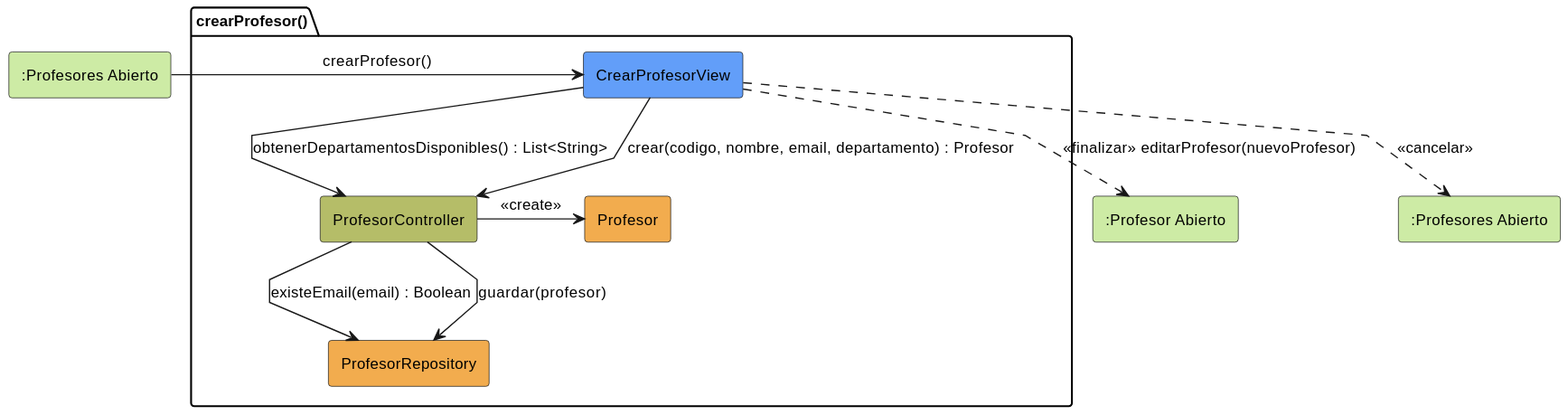
Earlier version of the PlantUML export images/01-analisis/casos-uso/crearProfesor/crearProfesor-analisis.svg (carlos-alvarado-25/25-26-idsw2-sdVC). Source of this version:
```plantuml
@startuml
skinparam backgroundColor white
skinparam shadowing false
skinparam DefaultFontColor black
skinparam DefaultFontSize 12
skinparam linetype polyline

rectangle #CDEBA5 ":Profesores Abierto" as ProfesoresAbierto

package crearProfesor as "crearProfesor()" {
    rectangle #629EF9 CrearProfesorView
    rectangle #b5bd68 ProfesorController
    rectangle #F2AC4E ProfesorRepository
    rectangle #F2AC4E Profesor
}

rectangle #CDEBA5 ":Profesor Abierto" as ProfesorAbierto
rectangle #CDEBA5 ":Profesores Abierto" as ProfesoresAbiertoSalida

ProfesoresAbierto -r-> CrearProfesorView: crearProfesor()

CrearProfesorView -d-> ProfesorController: obtenerDepartamentosDisponibles() : List<String>

CrearProfesorView -d-> ProfesorController: crear(codigo, nombre, email, departamento) : Profesor

ProfesorController -d-> ProfesorRepository: existeEmail(email) : Boolean
ProfesorController -r-> Profesor: <<create>>
ProfesorController -d-> ProfesorRepository: guardar(profesor)

CrearProfesorView ..> ProfesorAbierto: <<finalizar>> editarProfesor(nuevoProfesor)
CrearProfesorView ..> ProfesoresAbiertoSalida: <<cancelar>>
@enduml
```
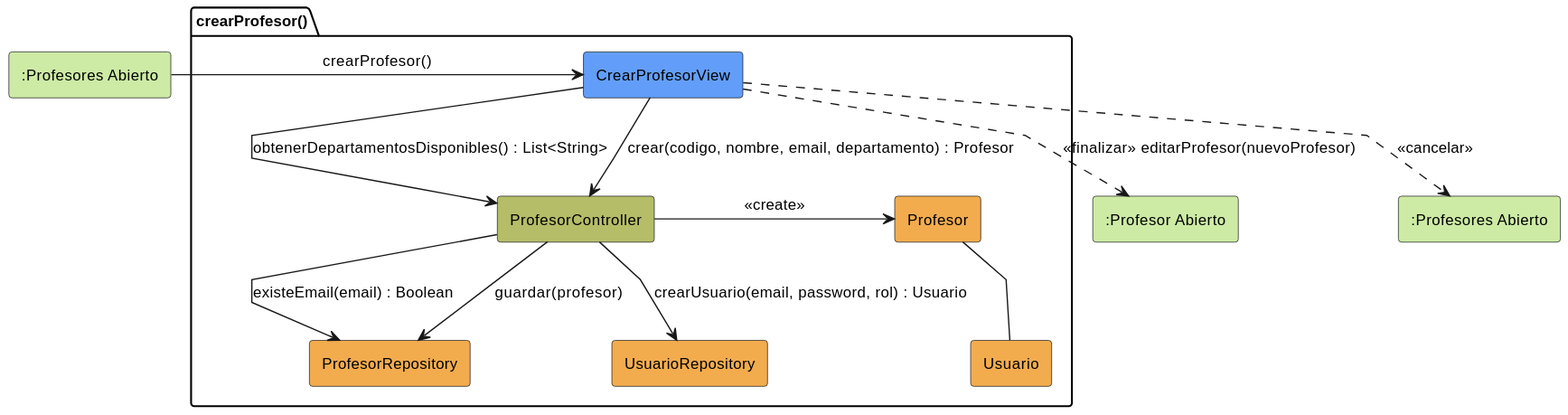
After the commit.

Change to the diagram source:
```diff
@@ -11,7 +11,9 @@
     rectangle #629EF9 CrearProfesorView
     rectangle #b5bd68 ProfesorController
     rectangle #F2AC4E ProfesorRepository
+    rectangle #F2AC4E UsuarioRepository
     rectangle #F2AC4E Profesor
+    rectangle #F2AC4E Usuario
 }
 
 rectangle #CDEBA5 ":Profesor Abierto" as ProfesorAbierto
@@ -24,8 +26,11 @@
 CrearProfesorView -d-> ProfesorController: crear(codigo, nombre, email, departamento) : Profesor
 
 ProfesorController -d-> ProfesorRepository: existeEmail(email) : Boolean
+ProfesorController -d-> UsuarioRepository: crearUsuario(email, password, rol) : Usuario
 ProfesorController -r-> Profesor: <<create>>
 ProfesorController -d-> ProfesorRepository: guardar(profesor)
+
+Profesor -- Usuario
 
 CrearProfesorView ..> ProfesorAbierto: <<finalizar>> editarProfesor(nuevoProfesor)
 CrearProfesorView ..> ProfesoresAbiertoSalida: <<cancelar>>
```
